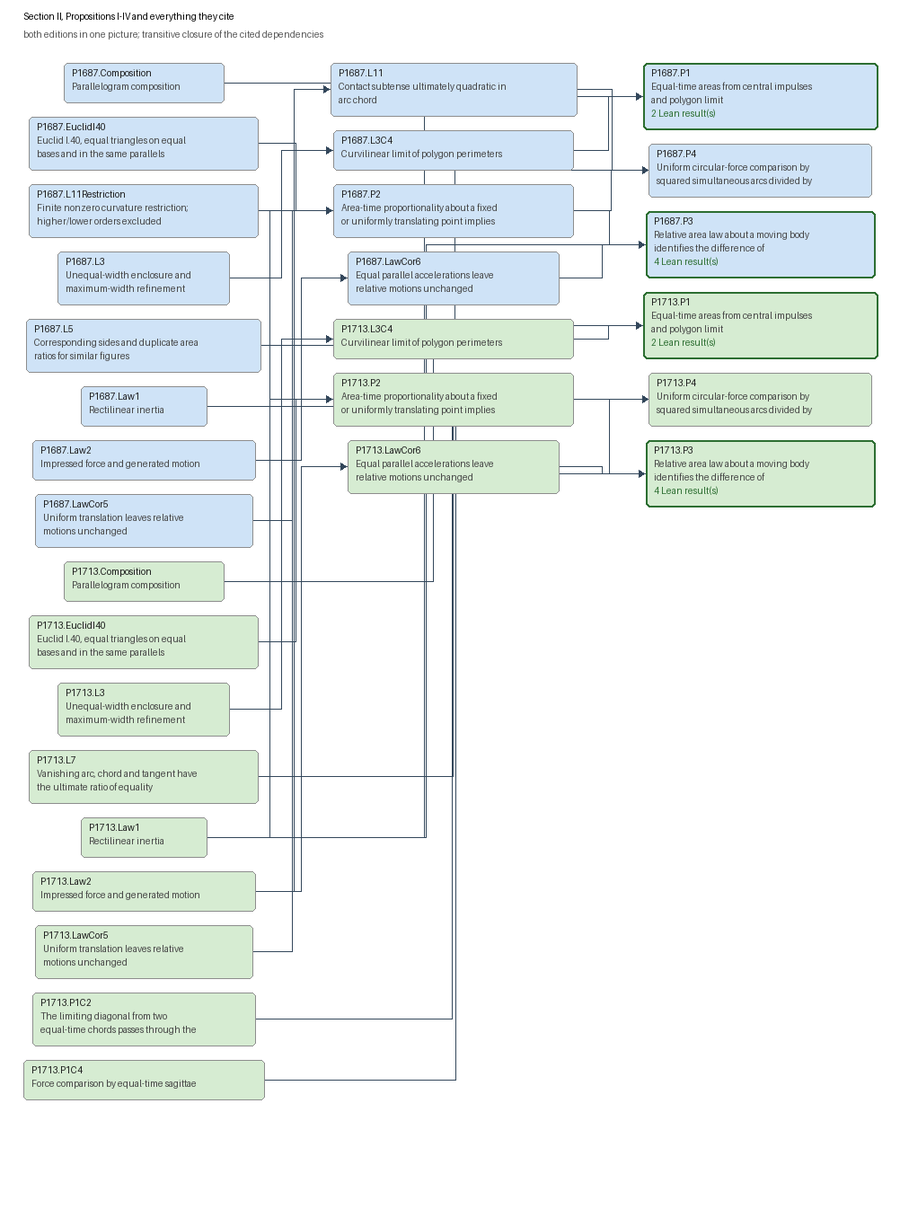
The Graphviz diagram docs/graphs/section-II.png in arivero/newtonlean, before a commit. Its source is kept beside it as docs/graphs/section-II.dot.
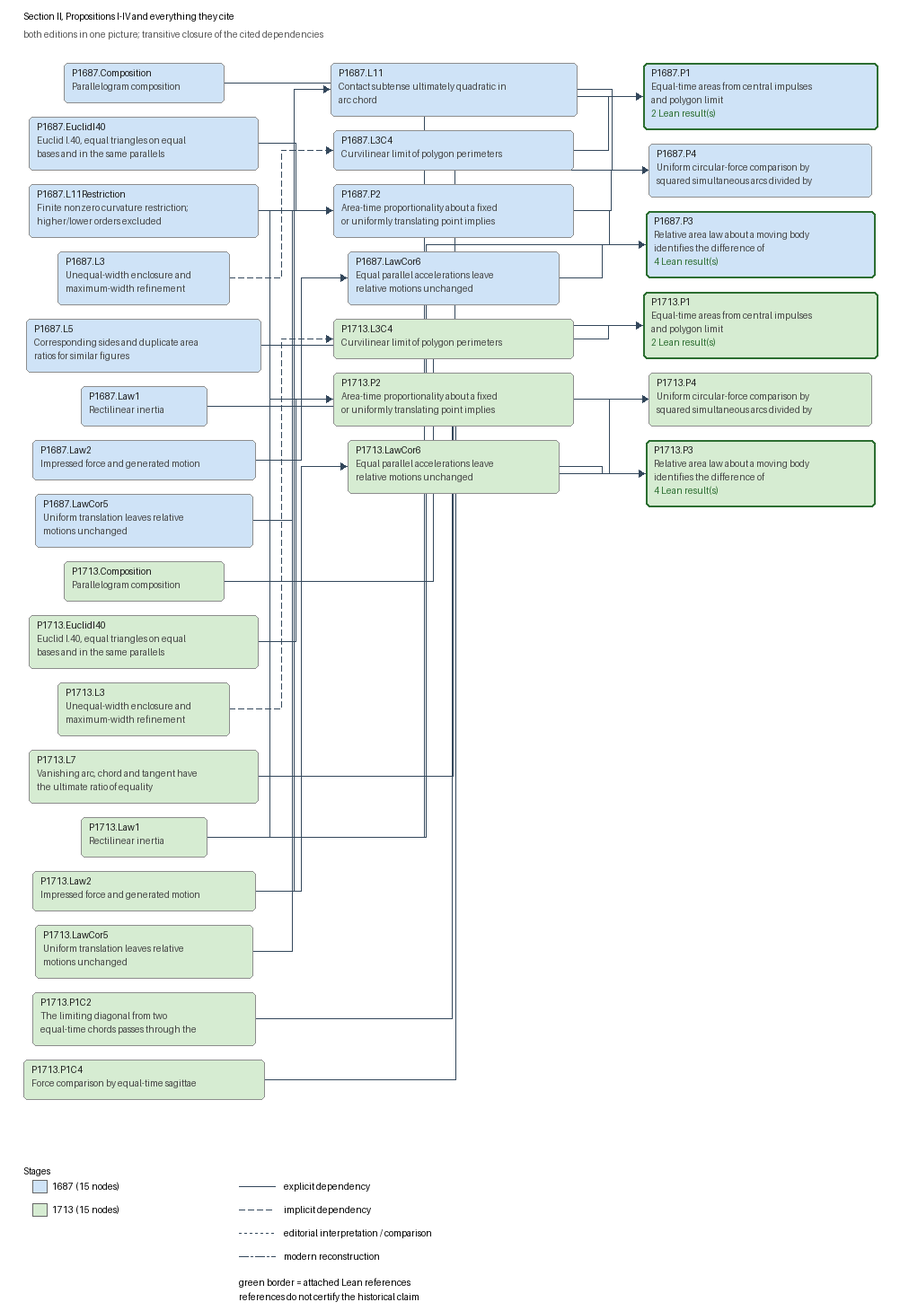
After the commit.

Diff of the diagram source:
```diff
@@ -1,66 +1,66 @@
 digraph section-II {
   rankdir=LR;
   node [shape=box, style="rounded,filled"];
+  "P1687.Composition" [label="P1687.Composition\nParallelogram composition", fillcolor="#cfe3f7", color="#8d8d8d", penwidth=1];
   "P1687.EuclidI40" [label="P1687.EuclidI40\nEuclid I.40, equal triangles on equal\nbases and in the same parallels", fillcolor="#cfe3f7", color="#8d8d8d", penwidth=1];
-  "P1687.Composition" [label="P1687.Composition\nParallelogram composition", fillcolor="#cfe3f7", color="#8d8d8d", penwidth=1];
+  "P1687.L11" [label="P1687.L11\nContact subtense ultimately quadratic in\narc chord", fillcolor="#cfe3f7", color="#8d8d8d", penwidth=1];
+  "P1687.L11Restriction" [label="P1687.L11Restriction\nFinite nonzero curvature restriction;\nhigher/lower orders excluded", fillcolor="#cfe3f7", color="#8d8d8d", penwidth=1];
+  "P1687.L3" [label="P1687.L3\nUnequal-width enclosure and\nmaximum-width refinement", fillcolor="#cfe3f7", color="#8d8d8d", penwidth=1];
+  "P1687.L3C4" [label="P1687.L3C4\nCurvilinear limit of polygon perimeters", fillcolor="#cfe3f7", color="#8d8d8d", penwidth=1];
   "P1687.L5" [label="P1687.L5\nCorresponding sides and duplicate area\nratios for similar figures", fillcolor="#cfe3f7", color="#8d8d8d", penwidth=1];
+  "P1687.Law1" [label="P1687.Law1\nRectilinear inertia", fillcolor="#cfe3f7", color="#8d8d8d", penwidth=1];
+  "P1687.Law2" [label="P1687.Law2\nImpressed force and generated motion", fillcolor="#cfe3f7", color="#8d8d8d", penwidth=1];
+  "P1687.LawCor5" [label="P1687.LawCor5\nUniform translation leaves relative\nmotions unchanged", fillcolor="#cfe3f7", color="#8d8d8d", penwidth=1];
+  "P1687.LawCor6" [label="P1687.LawCor6\nEqual parallel accelerations leave\nrelative motions unchanged", fillcolor="#cfe3f7", color="#8d8d8d", penwidth=1];
+  "P1687.P1" [label="P1687.P1\nEqual-time areas from central impulses\nand polygon limit\n2 Lean result(s)", fillcolor="#cfe3f7", color="#2c6e31", penwidth=2];
+  "P1687.P2" [label="P1687.P2\nArea-time proportionality about a fixed\nor uniformly translating point implies", fillcolor="#cfe3f7", color="#8d8d8d", penwidth=1];
   "P1687.P3" [label="P1687.P3\nRelative area law about a moving body\nidentifies the difference of\n4 Lean result(s)", fillcolor="#cfe3f7", color="#2c6e31", penwidth=2];
+  "P1687.P4" [label="P1687.P4\nUniform circular-force comparison by\nsquared simultaneous arcs divided by", fillcolor="#cfe3f7", color="#8d8d8d", penwidth=1];
+  "P1713.Composition" [label="P1713.Composition\nParallelogram composition", fillcolor="#d6ecd2", color="#8d8d8d", penwidth=1];
+  "P1713.EuclidI40" [label="P1713.EuclidI40\nEuclid I.40, equal triangles on equal\nbases and in the same parallels", fillcolor="#d6ecd2", color="#8d8d8d", penwidth=1];
+  "P1713.L3" [label="P1713.L3\nUnequal-width enclosure and\nmaximum-width refinement", fillcolor="#d6ecd2", color="#8d8d8d", penwidth=1];
+  "P1713.L3C4" [label="P1713.L3C4\nCurvilinear limit of polygon perimeters", fillcolor="#d6ecd2", color="#8d8d8d", penwidth=1];
+  "P1713.L7" [label="P1713.L7\nVanishing arc, chord and tangent have\nthe ultimate ratio of equality", fillcolor="#d6ecd2", color="#8d8d8d", penwidth=1];
+  "P1713.Law1" [label="P1713.Law1\nRectilinear inertia", fillcolor="#d6ecd2", color="#8d8d8d", penwidth=1];
+  "P1713.Law2" [label="P1713.Law2\nImpressed force and generated motion", fillcolor="#d6ecd2", color="#8d8d8d", penwidth=1];
+  "P1713.LawCor5" [label="P1713.LawCor5\nUniform translation leaves relative\nmotions unchanged", fillcolor="#d6ecd2", color="#8d8d8d", penwidth=1];
+  "P1713.LawCor6" [label="P1713.LawCor6\nEqual parallel accelerations leave\nrelative motions unchanged", fillcolor="#d6ecd2", color="#8d8d8d", penwidth=1];
+  "P1713.P1" [label="P1713.P1\nEqual-time areas from central impulses\nand polygon limit\n2 Lean result(s)", fillcolor="#d6ecd2", color="#2c6e31", penwidth=2];
   "P1713.P1C2" [label="P1713.P1C2\nThe limiting diagonal from two\nequal-time chords passes through the", fillcolor="#d6ecd2", color="#8d8d8d", penwidth=1];
-  "P1713.L3" [label="P1713.L3\nUnequal-width enclosure and\nmaximum-width refinement", fillcolor="#d6ecd2", color="#8d8d8d", penwidth=1];
-  "P1713.P1" [label="P1713.P1\nEqual-time areas from central impulses\nand polygon limit\n2 Lean result(s)", fillcolor="#d6ecd2", color="#2c6e31", penwidth=2];
-  "P1687.P1" [label="P1687.P1\nEqual-time areas from central impulses\nand polygon limit\n2 Lean result(s)", fillcolor="#cfe3f7", color="#2c6e31", penwidth=2];
+  "P1713.P1C4" [label="P1713.P1C4\nForce comparison by equal-time sagittae", fillcolor="#d6ecd2", color="#8d8d8d", penwidth=1];
   "P1713.P2" [label="P1713.P2\nArea-time proportionality about a fixed\nor uniformly translating point implies", fillcolor="#d6ecd2", color="#8d8d8d", penwidth=1];
-  "P1713.L3C4" [label="P1713.L3C4\nCurvilinear limit of polygon perimeters", fillcolor="#d6ecd2", color="#8d8d8d", penwidth=1];
-  "P1713.EuclidI40" [label="P1713.EuclidI40\nEuclid I.40, equal triangles on equal\nbases and in the same parallels", fillcolor="#d6ecd2", color="#8d8d8d", penwidth=1];
-  "P1687.Law1" [label="P1687.Law1\nRectilinear inertia", fillcolor="#cfe3f7", color="#8d8d8d", penwidth=1];
-  "P1713.Law2" [label="P1713.Law2\nImpressed force and generated motion", fillcolor="#d6ecd2", color="#8d8d8d", penwidth=1];
-  "P1687.L3C4" [label="P1687.L3C4\nCurvilinear limit of polygon perimeters", fillcolor="#cfe3f7", color="#8d8d8d", penwidth=1];
+  "P1713.P3" [label="P1713.P3\nRelative area law about a moving body\nidentifies the difference of\n4 Lean result(s)", fillcolor="#d6ecd2", color="#2c6e31", penwidth=2];
   "P1713.P4" [label="P1713.P4\nUniform circular-force comparison by\nsquared simultaneous arcs divided by", fillcolor="#d6ecd2", color="#8d8d8d", penwidth=1];
-  "P1687.L11Restriction" [label="P1687.L11Restriction\nFinite nonzero curvature restriction;\nhigher/lower orders excluded", fillcolor="#cfe3f7", color="#8d8d8d", penwidth=1];
-  "P1713.LawCor6" [label="P1713.LawCor6\nEqual parallel accelerations leave\nrelative motions unchanged", fillcolor="#d6ecd2", color="#8d8d8d", penwidth=1];
-  "P1713.Law1" [label="P1713.Law1\nRectilinear inertia", fillcolor="#d6ecd2", color="#8d8d8d", penwidth=1];
-  "P1687.L11" [label="P1687.L11\nContact subtense ultimately quadratic in\narc chord", fillcolor="#cfe3f7", color="#8d8d8d", penwidth=1];
-  "P1713.L7" [label="P1713.L7\nVanishing arc, chord and tangent have\nthe ultimate ratio of equality", fillcolor="#d6ecd2", color="#8d8d8d", penwidth=1];
-  "P1687.LawCor5" [label="P1687.LawCor5\nUniform translation leaves relative\nmotions unchanged", fillcolor="#cfe3f7", color="#8d8d8d", penwidth=1];
-  "P1687.Law2" [label="P1687.Law2\nImpressed force and generated motion", fillcolor="#cfe3f7", color="#8d8d8d", penwidth=1];
-  "P1687.P2" [label="P1687.P2\nArea-time proportionality about a fixed\nor uniformly translating point implies", fillcolor="#cfe3f7", color="#8d8d8d", penwidth=1];
-  "P1713.Composition" [label="P1713.Composition\nParallelogram composition", fillcolor="#d6ecd2", color="#8d8d8d", penwidth=1];
-  "P1687.P4" [label="P1687.P4\nUniform circular-force comparison by\nsquared simultaneous arcs divided by", fillcolor="#cfe3f7", color="#8d8d8d", penwidth=1];
-  "P1713.LawCor5" [label="P1713.LawCor5\nUniform translation leaves relative\nmotions unchanged", fillcolor="#d6ecd2", color="#8d8d8d", penwidth=1];
-  "P1687.LawCor6" [label="P1687.LawCor6\nEqual parallel accelerations leave\nrelative motions unchanged", fillcolor="#cfe3f7", color="#8d8d8d", penwidth=1];
-  "P1687.L3" [label="P1687.L3\nUnequal-width enclosure and\nmaximum-width refinement", fillcolor="#cfe3f7", color="#8d8d8d", penwidth=1];
-  "P1713.P1C4" [label="P1713.P1C4\nForce comparison by equal-time sagittae", fillcolor="#d6ecd2", color="#8d8d8d", penwidth=1];
-  "P1713.P3" [label="P1713.P3\nRelative area law about a moving body\nidentifies the difference of\n4 Lean result(s)", fillcolor="#d6ecd2", color="#2c6e31", penwidth=2];
-  "P1687.Law1" -> "P1687.P2" [style=solid, label="proof dependency", fontsize=9];
-  "P1687.Law2" -> "P1687.P2" [style=solid, label="proof dependency", fontsize=9];
-  "P1687.EuclidI40" -> "P1687.P2" [style=solid, label="proof dependency", fontsize=9];
-  "P1687.LawCor5" -> "P1687.P2" [style=solid, label="proof dependency", fontsize=9];
-  "P1687.LawCor6" -> "P1687.P3" [style=solid, label="proof dependency", fontsize=9];
-  "P1687.Law1" -> "P1687.P3" [style=solid, label="proof dependency", fontsize=9];
-  "P1687.P2" -> "P1687.P3" [style=solid, label="proof dependency", fontsize=9];
-  "P1687.P2" -> "P1687.P4" [style=solid, label="proof dependency", fontsize=9];
-  "P1687.L5" -> "P1687.P4" [style=solid, label="proof dependency", fontsize=9];
-  "P1687.L11" -> "P1687.P4" [style=solid, label="proof dependency", fontsize=9];
-  "P1713.Law1" -> "P1713.P2" [style=solid, label="proof dependency", fontsize=9];
-  "P1713.Law2" -> "P1713.P2" [style=solid, label="proof dependency", fontsize=9];
-  "P1713.EuclidI40" -> "P1713.P2" [style=solid, label="proof dependency", fontsize=9];
-  "P1713.LawCor5" -> "P1713.P2" [style=solid, label="proof dependency", fontsize=9];
-  "P1713.LawCor6" -> "P1713.P3" [style=solid, label="proof dependency", fontsize=9];
-  "P1713.Law1" -> "P1713.P3" [style=solid, label="proof dependency", fontsize=9];
-  "P1713.P2" -> "P1713.P3" [style=solid, label="proof dependency", fontsize=9];
-  "P1713.P2" -> "P1713.P4" [style=solid, label="proof dependency", fontsize=9];
-  "P1713.P1C2" -> "P1713.P4" [style=solid, label="proof dependency", fontsize=9];
-  "P1713.P1C4" -> "P1713.P4" [style=solid, label="proof dependency", fontsize=9];
-  "P1713.L7" -> "P1713.P4" [style=solid, label="proof dependency", fontsize=9];
-  "P1687.Law1" -> "P1687.P1" [style=solid, label="proof dependency", fontsize=9];
-  "P1687.Composition" -> "P1687.P1" [style=solid, label="proof dependency", fontsize=9];
-  "P1687.L3C4" -> "P1687.P1" [style=solid, label="proof dependency", fontsize=9];
-  "P1713.Law1" -> "P1713.P1" [style=solid, label="proof dependency", fontsize=9];
-  "P1713.Composition" -> "P1713.P1" [style=solid, label="proof dependency", fontsize=9];
-  "P1713.L3C4" -> "P1713.P1" [style=solid, label="proof dependency", fontsize=9];
-  "P1687.Law2" -> "P1687.LawCor6" [style=solid, label="proof dependency", fontsize=9];
-  "P1713.Law2" -> "P1713.LawCor6" [style=solid, label="proof dependency", fontsize=9];
-  "P1687.L3" -> "P1687.L3C4" [style=dashed, label="proof dependency", fontsize=9];
-  "P1713.L3" -> "P1713.L3C4" [style=dashed, label="proof dependency", fontsize=9];
-  "P1687.L11Restriction" -> "P1687.L11" [style=solid, label="proof dependency", fontsize=9];
+  "P1687.Law1" -> "P1687.P2" [style=solid, label="proof dependency: explicit_dependency", fontsize=9];
+  "P1687.Law2" -> "P1687.P2" [style=solid, label="proof dependency: explicit_dependency", fontsize=9];
+  "P1687.EuclidI40" -> "P1687.P2" [style=solid, label="proof dependency: explicit_dependency", fontsize=9];
+  "P1687.LawCor5" -> "P1687.P2" [style=solid, label="proof dependency: explicit_dependency", fontsize=9];
+  "P1687.LawCor6" -> "P1687.P3" [style=solid, label="proof dependency: explicit_dependency", fontsize=9];
+  "P1687.Law1" -> "P1687.P3" [style=solid, label="proof dependency: explicit_dependency", fontsize=9];
+  "P1687.P2" -> "P1687.P3" [style=solid, label="proof dependency: explicit_dependency", fontsize=9];
+  "P1687.P2" -> "P1687.P4" [style=solid, label="proof dependency: explicit_dependency", fontsize=9];
+  "P1687.L5" -> "P1687.P4" [style=solid, label="proof dependency: explicit_dependency", fontsize=9];
+  "P1687.L11" -> "P1687.P4" [style=solid, label="proof dependency: explicit_dependency", fontsize=9];
+  "P1713.Law1" -> "P1713.P2" [style=solid, label="proof dependency: explicit_dependency", fontsize=9];
+  "P1713.Law2" -> "P1713.P2" [style=solid, label="proof dependency: explicit_dependency", fontsize=9];
+  "P1713.EuclidI40" -> "P1713.P2" [style=solid, label="proof dependency: explicit_dependency", fontsize=9];
+  "P1713.LawCor5" -> "P1713.P2" [style=solid, label="proof dependency: explicit_dependency", fontsize=9];
+  "P1713.LawCor6" -> "P1713.P3" [style=solid, label="proof dependency: explicit_dependency", fontsize=9];
+  "P1713.Law1" -> "P1713.P3" [style=solid, label="proof dependency: explicit_dependency", fontsize=9];
+  "P1713.P2" -> "P1713.P3" [style=solid, label="proof dependency: explicit_dependency", fontsize=9];
+  "P1713.P2" -> "P1713.P4" [style=solid, label="proof dependency: explicit_dependency", fontsize=9];
+  "P1713.P1C2" -> "P1713.P4" [style=solid, label="proof dependency: explicit_dependency", fontsize=9];
+  "P1713.P1C4" -> "P1713.P4" [style=solid, label="proof dependency: explicit_dependency", fontsize=9];
+  "P1713.L7" -> "P1713.P4" [style=solid, label="proof dependency: explicit_dependency", fontsize=9];
+  "P1687.Law1" -> "P1687.P1" [style=solid, label="proof dependency: explicit_dependency", fontsize=9];
+  "P1687.Composition" -> "P1687.P1" [style=solid, label="proof dependency: explicit_dependency", fontsize=9];
+  "P1687.L3C4" -> "P1687.P1" [style=solid, label="proof dependency: explicit_dependency", fontsize=9];
+  "P1713.Law1" -> "P1713.P1" [style=solid, label="proof dependency: explicit_dependency", fontsize=9];
+  "P1713.Composition" -> "P1713.P1" [style=solid, label="proof dependency: explicit_dependency", fontsize=9];
+  "P1713.L3C4" -> "P1713.P1" [style=solid, label="proof dependency: explicit_dependency", fontsize=9];
+  "P1687.Law2" -> "P1687.LawCor6" [style=solid, label="proof dependency: explicit_dependency", fontsize=9];
+  "P1713.Law2" -> "P1713.LawCor6" [style=solid, label="proof dependency: explicit_dependency", fontsize=9];
+  "P1687.L3" -> "P1687.L3C4" [style=dashed, label="proof dependency: implicit_dependency", fontsize=9];
+  "P1713.L3" -> "P1713.L3C4" [style=dashed, label="proof dependency: implicit_dependency", fontsize=9];
+  "P1687.L11Restriction" -> "P1687.L11" [style=solid, label="proof dependency: explicit_dependency", fontsize=9];
 }
```
